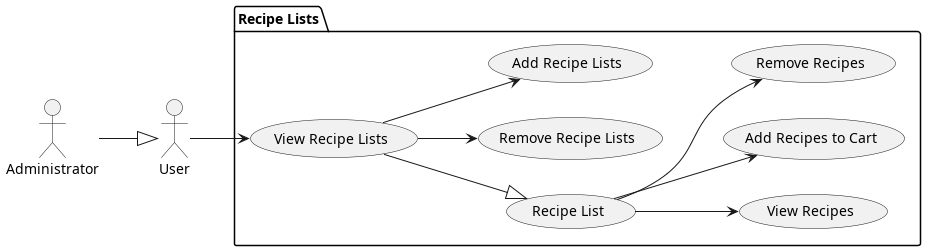
Above: doc/reports/usecaseAnalysis/img/recipeListManagement.png in iusildra/WineCellar (PlantUML), before the change. Source of this version:
```plantuml
@startuml recipeListManagement

left to right direction

actor "User" as user
actor "Administrator" as admin

package "Recipe Lists" as RecipeLists {


    admin --|> (user)
    (View Recipe Lists) --|> (Recipe List)
    (View Recipe Lists) --> (Remove Recipe Lists)
    (View Recipe Lists) --> (Add Recipe Lists)
    user --> (View Recipe Lists)

    (Recipe List) --> (View Recipes)
    (Recipe List) --> (Add Recipes to Cart)
    (Recipe List) --> (Remove Recipes)

}
@enduml
```
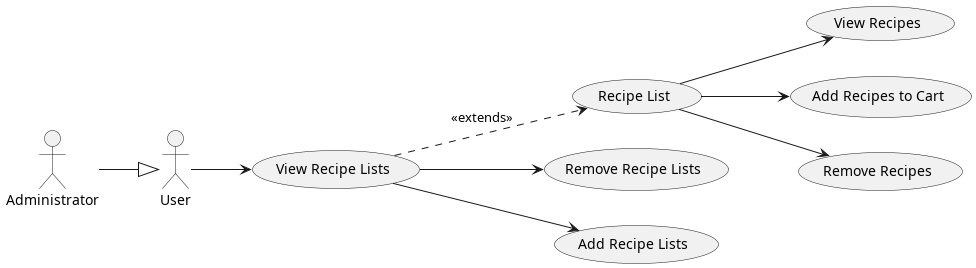
After the change.

What changed in the source:
```diff
@@ -5,18 +5,13 @@
 actor "User" as user
 actor "Administrator" as admin
 
-package "Recipe Lists" as RecipeLists {
+admin --|> (user)
+(View Recipe Lists) ..> (Recipe List): <<extends>>
+(View Recipe Lists) --> (Remove Recipe Lists)
+(View Recipe Lists) --> (Add Recipe Lists)
+user --> (View Recipe Lists)
 
-
-    admin --|> (user)
-    (View Recipe Lists) --|> (Recipe List)
-    (View Recipe Lists) --> (Remove Recipe Lists)
-    (View Recipe Lists) --> (Add Recipe Lists)
-    user --> (View Recipe Lists)
-
-    (Recipe List) --> (View Recipes)
-    (Recipe List) --> (Add Recipes to Cart)
-    (Recipe List) --> (Remove Recipes)
-
-}
+(Recipe List) --> (View Recipes)
+(Recipe List) --> (Add Recipes to Cart)
+(Recipe List) --> (Remove Recipes)
 @enduml
```
